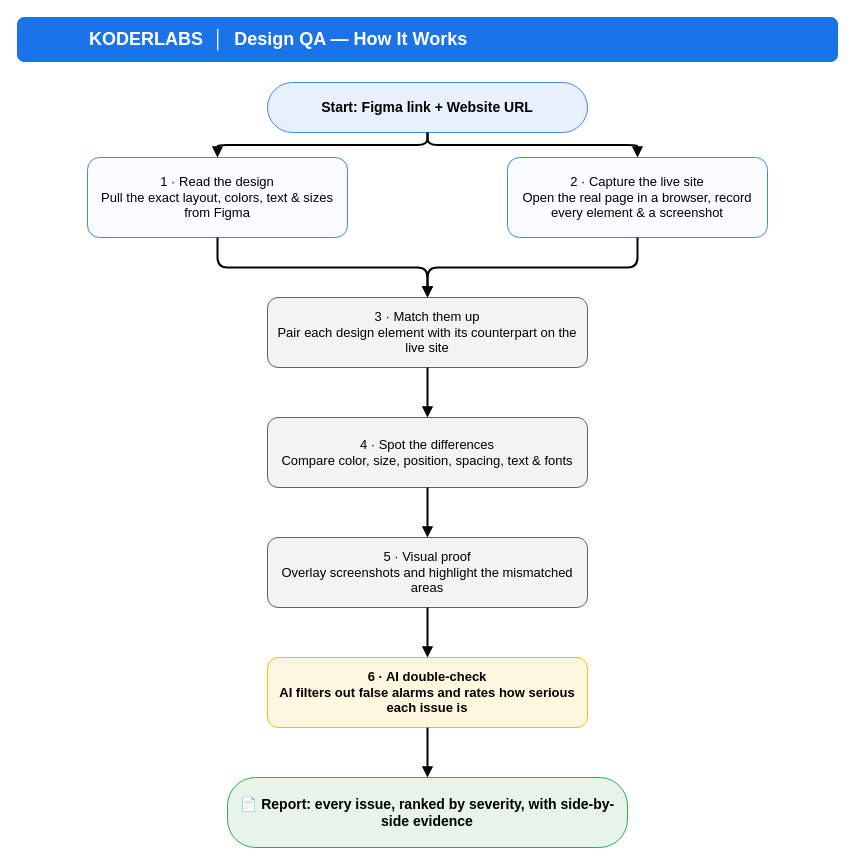
Mohi3380/figma-design-qa keeps this draw.io diagram as page "2 · How It Works (steps)" (2 of 4) of design-qa-flow.drawio. Above is the earlier version. Source tidied: cells renumbered, new cells numbered last; positions are measured from the earlier drawing's top-left corner, leaving out a move shared by most shapes. Both pictures are drawn from the tidied source at 100%, with x=0, y=0 at pixel (17, 17). Pictures stored in the file or linked from it are replaced by grey dashed boxes.
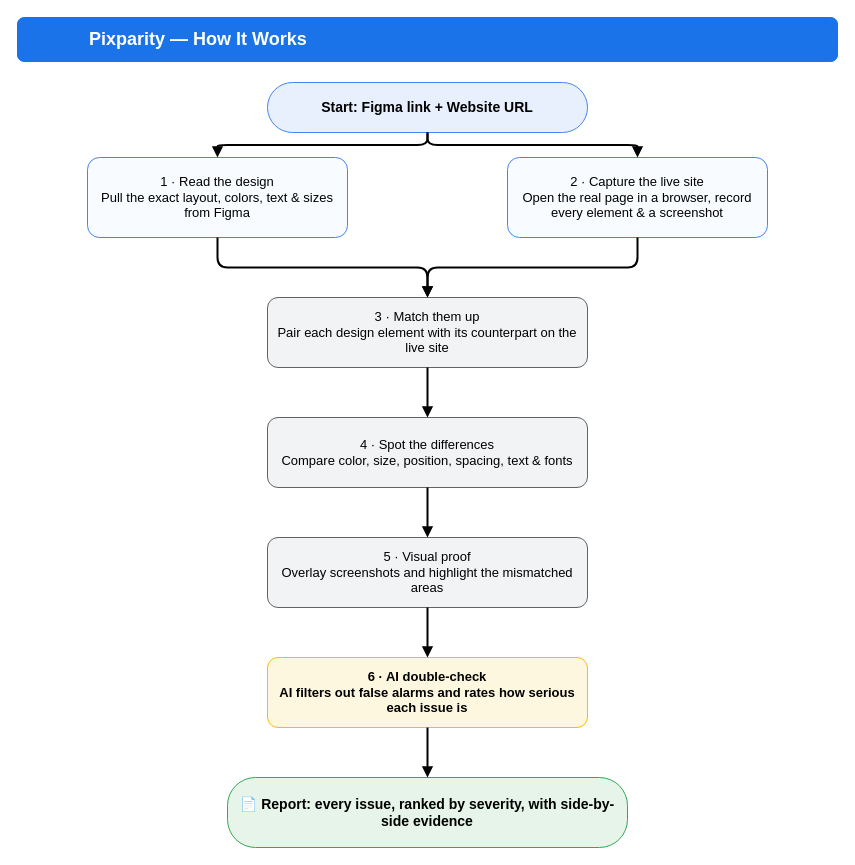
After the change.

What changed in the source:
```diff
@@
 <mxGraphModel>
   <root>
     <mxCell id="0" />
     <mxCell id="1" parent="0" />
     <mxCell id="2" style="fillColor=#E6E6E6;strokeColor=#999999;dashed=1;" parent="1" vertex="1">
       <mxGeometry x="12" y="3" width="34" height="38" as="geometry" />
     </mxCell>
-    <mxCell id="3" value="KODERLABS  │  Design QA — How It Works" style="rounded=1;whiteSpace=wrap;html=1;fillColor=#1a73e8;strokeColor=#1a73e8;fontColor=#ffffff;fontSize=18;fontStyle=1;align=left;spacingLeft=70;" parent="1" vertex="1">
+    <mxCell id="3" value="Pixparity — How It Works" style="rounded=1;whiteSpace=wrap;html=1;fillColor=#1a73e8;strokeColor=#1a73e8;fontColor=#ffffff;fontSize=18;fontStyle=1;align=left;spacingLeft=70;" parent="1" vertex="1">
       <mxGeometry width="820" height="44" as="geometry" />
     </mxCell>
     <mxCell id="4" value="Start: Figma link + Website URL" style="rounded=1;arcSize=50;whiteSpace=wrap;html=1;fillColor=#E8F0FE;strokeColor=#4285F4;fontSize=14;fontStyle=1;" parent="1" vertex="1">
       <mxGeometry x="250" y="65" width="320" height="50" as="geometry" />
     </mxCell>
     <mxCell id="5" value="1 · Read the design&#10;Pull the exact layout, colors, text &amp; sizes from Figma" style="rounded=1;whiteSpace=wrap;html=1;fillColor=#F8FBFF;strokeColor=#4285F4;fontSize=13;" parent="1" vertex="1">
       <mxGeometry x="70" y="140" width="260" height="80" as="geometry" />
     </mxCell>
     <mxCell id="6" value="2 · Capture the live site&#10;Open the real page in a browser, record every element &amp; a screenshot" style="rounded=1;whiteSpace=wrap;html=1;fillColor=#F8FBFF;strokeColor=#4285F4;fontSize=13;" parent="1" vertex="1">
       <mxGeometry x="490" y="140" width="260" height="80" as="geometry" />
     </mxCell>
     <mxCell id="7" value="3 · Match them up&#10;Pair each design element with its counterpart on the live site" style="rounded=1;whiteSpace=wrap;html=1;fillColor=#F1F3F4;strokeColor=#5F6368;fontSize=13;" parent="1" vertex="1">
       <mxGeometry x="250" y="280" width="320" height="70" as="geometry" />
     </mxCell>
     <mxCell id="8" value="4 · Spot the differences&#10;Compare color, size, position, spacing, text &amp; fonts" style="rounded=1;whiteSpace=wrap;html=1;fillColor=#F1F3F4;strokeColor=#5F6368;fontSize=13;" parent="1" vertex="1">
       <mxGeometry x="250" y="400" width="320" height="70" as="geometry" />
     </mxCell>
     <mxCell id="9" value="5 · Visual proof&#10;Overlay screenshots and highlight the mismatched areas" style="rounded=1;whiteSpace=wrap;html=1;fillColor=#F1F3F4;strokeColor=#5F6368;fontSize=13;" parent="1" vertex="1">
       <mxGeometry x="250" y="520" width="320" height="70" as="geometry" />
     </mxCell>
     <mxCell id="10" value="6 · AI double-check&#10;AI filters out false alarms and rates how serious each issue is" style="rounded=1;whiteSpace=wrap;html=1;fillColor=#FEF7E0;strokeColor=#FBBC04;fontSize=13;fontStyle=1;" parent="1" vertex="1">
       <mxGeometry x="250" y="640" width="320" height="70" as="geometry" />
     </mxCell>
     <mxCell id="11" value="📄 Report: every issue, ranked by severity, with side-by-side evidence" style="rounded=1;arcSize=40;whiteSpace=wrap;html=1;fillColor=#E6F4EA;strokeColor=#34A853;fontSize=14;fontStyle=1;" parent="1" vertex="1">
       <mxGeometry x="210" y="760" width="400" height="70" as="geometry" />
     </mxCell>
     <mxCell id="12" style="edgeStyle=orthogonalEdgeStyle;rounded=1;html=1;strokeWidth=2;endArrow=block;" parent="1" edge="1" source="4" target="5">
       <mxGeometry relative="1" as="geometry" />
     </mxCell>
     <mxCell id="13" style="edgeStyle=orthogonalEdgeStyle;rounded=1;html=1;strokeWidth=2;endArrow=block;" parent="1" edge="1" source="4" target="6">
       <mxGeometry relative="1" as="geometry" />
     </mxCell>
     <mxCell id="14" style="edgeStyle=orthogonalEdgeStyle;rounded=1;html=1;strokeWidth=2;endArrow=block;" parent="1" edge="1" source="5" target="7">
       <mxGeometry relative="1" as="geometry" />
     </mxCell>
     <mxCell id="15" style="edgeStyle=orthogonalEdgeStyle;rounded=1;html=1;strokeWidth=2;endArrow=block;" parent="1" edge="1" source="6" target="7">
       <mxGeometry relative="1" as="geometry" />
     </mxCell>
     <mxCell id="16" style="edgeStyle=orthogonalEdgeStyle;rounded=1;html=1;strokeWidth=2;endArrow=block;" parent="1" edge="1" source="7" target="8">
       <mxGeometry relative="1" as="geometry" />
     </mxCell>
     <mxCell id="17" style="edgeStyle=orthogonalEdgeStyle;rounded=1;html=1;strokeWidth=2;endArrow=block;" parent="1" edge="1" source="8" target="9">
       <mxGeometry relative="1" as="geometry" />
     </mxCell>
     <mxCell id="18" style="edgeStyle=orthogonalEdgeStyle;rounded=1;html=1;strokeWidth=2;endArrow=block;" parent="1" edge="1" source="9" target="10">
       <mxGeometry relative="1" as="geometry" />
     </mxCell>
     <mxCell id="19" style="edgeStyle=orthogonalEdgeStyle;rounded=1;html=1;strokeWidth=2;endArrow=block;" parent="1" edge="1" source="10" target="11">
       <mxGeometry relative="1" as="geometry" />
     </mxCell>
   </root>
 </mxGraphModel>
```
